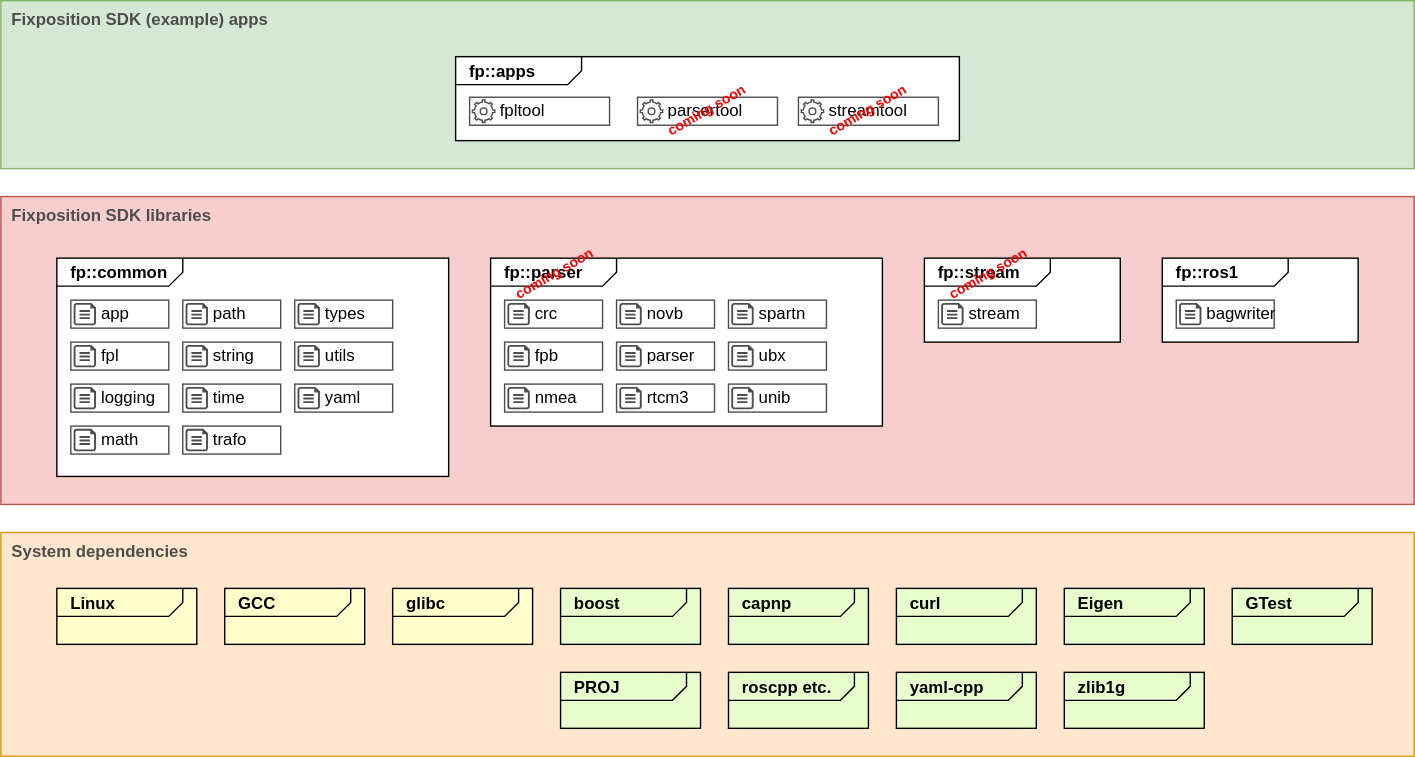
Earlier version of the draw.io export doc/fpsdk-overview.drawio.svg (fixposition/fixposition-sdk). Source tidied: cells renumbered, new cells last; positions are measured from the earlier drawing's top-left corner, leaving out a move shared by most shapes.
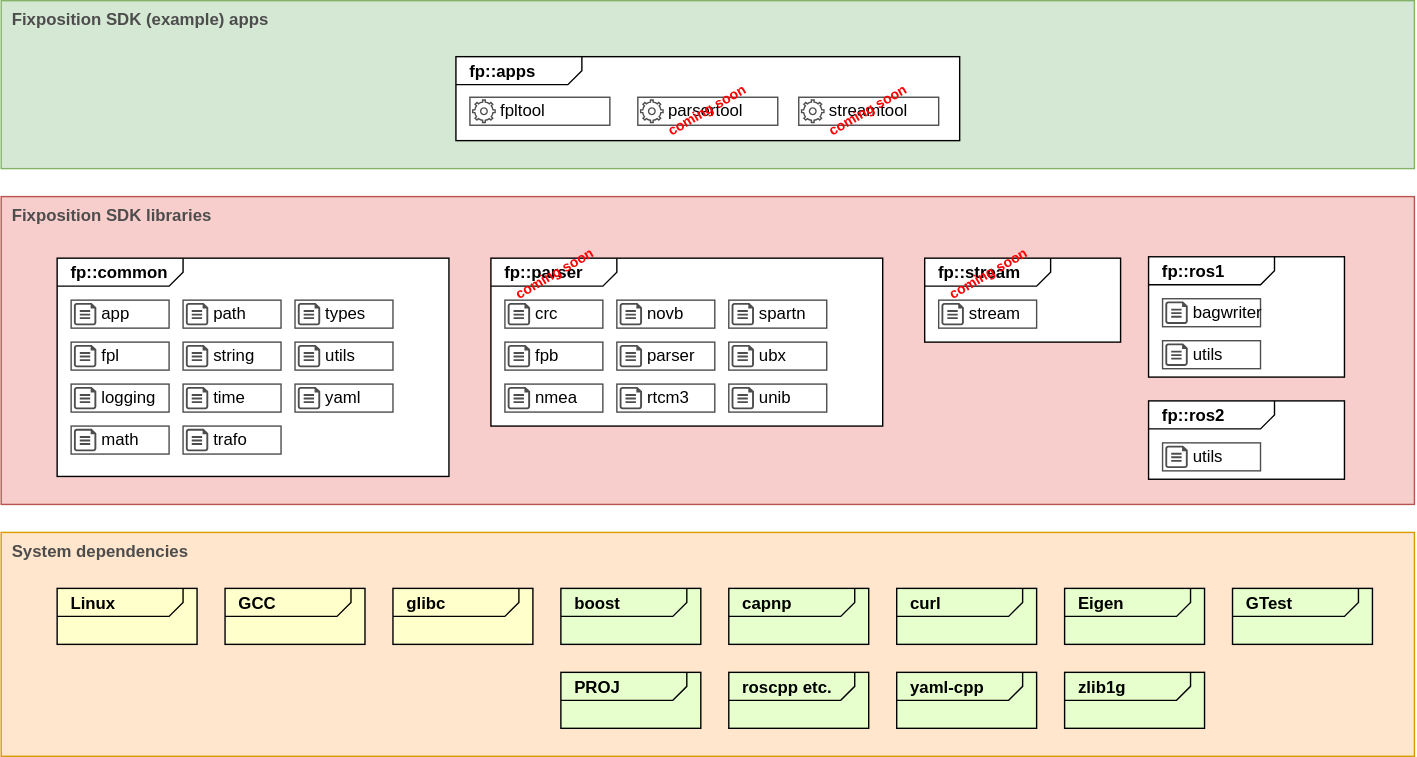
After the change.

What changed in the source:
```diff
@@ -15,7 +15,7 @@
       <mxGeometry x="40" y="184" width="280" height="156" as="geometry" />
     </mxCell>
     <mxCell id="6" value="&lt;p style=&quot;margin:0px;margin-top:4px;margin-left:10px;text-align:left;&quot;&gt;&lt;b&gt;&lt;font style=&quot;font-size: 12px;&quot;&gt;fp::ros1&lt;/font&gt;&lt;/b&gt;&lt;/p&gt;" style="html=1;shape=mxgraph.sysml.package;xSize=90;align=left;spacingLeft=10;overflow=fill;" parent="1" vertex="1">
-      <mxGeometry x="830" y="184" width="140" height="60" as="geometry" />
+      <mxGeometry x="820" y="183" width="140" height="86" as="geometry" />
     </mxCell>
     <mxCell id="7" value="&lt;p style=&quot;margin:0px;margin-top:4px;margin-left:10px;text-align:left;&quot;&gt;&lt;b&gt;&lt;font style=&quot;font-size: 12px;&quot;&gt;fp::apps&lt;/font&gt;&lt;/b&gt;&lt;/p&gt;" style="html=1;shape=mxgraph.sysml.package;xSize=90;align=left;spacingLeft=10;overflow=fill;" parent="1" vertex="1">
       <mxGeometry x="325" y="40" width="360" height="60" as="geometry" />
@@ -225,7 +225,7 @@
       <mxGeometry x="2" y="2" width="16" height="16" as="geometry" />
     </mxCell>
     <mxCell id="76" style="group;" parent="1" vertex="1">
-      <mxGeometry x="840" y="214" width="70" height="20" as="geometry" />
+      <mxGeometry x="830" y="213" width="70" height="20" as="geometry" />
     </mxCell>
     <mxCell id="77" value="bagwriter" style="whiteSpace=wrap;html=1;strokeColor=#4D4D4D;strokeWidth=1;fontSize=12;fillColor=default;align=left;spacingLeft=20;" parent="76" vertex="1">
       <mxGeometry width="70" height="20" as="geometry" />
@@ -299,5 +299,26 @@
     <mxCell id="100" style="verticalLabelPosition=bottom;html=1;verticalAlign=top;align=center;strokeColor=none;fillColor=#4D4D4D;shape=mxgraph.azure.cloud_services_configuration_file;fontSize=12;" parent="98" vertex="1">
       <mxGeometry x="2" y="2" width="16" height="16" as="geometry" />
     </mxCell>
+    <mxCell id="101" style="group;" parent="1" vertex="1">
+      <mxGeometry x="830" y="243" width="70" height="20" as="geometry" />
+    </mxCell>
+    <mxCell id="102" value="utils" style="whiteSpace=wrap;html=1;strokeColor=#4D4D4D;strokeWidth=1;fontSize=12;fillColor=default;align=left;spacingLeft=20;" parent="101" vertex="1">
+      <mxGeometry width="70" height="20" as="geometry" />
+    </mxCell>
+    <mxCell id="103" style="verticalLabelPosition=bottom;html=1;verticalAlign=top;align=center;strokeColor=none;fillColor=#4D4D4D;shape=mxgraph.azure.cloud_services_configuration_file;fontSize=12;" parent="101" vertex="1">
+      <mxGeometry x="2" y="2" width="16" height="16" as="geometry" />
+    </mxCell>
+    <mxCell id="104" value="&lt;p style=&quot;margin:0px;margin-top:4px;margin-left:10px;text-align:left;&quot;&gt;&lt;b&gt;&lt;font style=&quot;font-size: 12px;&quot;&gt;fp::ros2&lt;/font&gt;&lt;/b&gt;&lt;/p&gt;" style="html=1;shape=mxgraph.sysml.package;xSize=90;align=left;spacingLeft=10;overflow=fill;" parent="1" vertex="1">
+      <mxGeometry x="820" y="286" width="140" height="56" as="geometry" />
+    </mxCell>
+    <mxCell id="105" style="group;" parent="1" vertex="1">
+      <mxGeometry x="830" y="316" width="70" height="20" as="geometry" />
+    </mxCell>
+    <mxCell id="106" value="utils" style="whiteSpace=wrap;html=1;strokeColor=#4D4D4D;strokeWidth=1;fontSize=12;fillColor=default;align=left;spacingLeft=20;" parent="105" vertex="1">
+      <mxGeometry width="70" height="20" as="geometry" />
+    </mxCell>
+    <mxCell id="107" style="verticalLabelPosition=bottom;html=1;verticalAlign=top;align=center;strokeColor=none;fillColor=#4D4D4D;shape=mxgraph.azure.cloud_services_configuration_file;fontSize=12;" parent="105" vertex="1">
+      <mxGeometry x="2" y="2" width="16" height="16" as="geometry" />
+    </mxCell>
   </root>
 </mxGraphModel>
```
